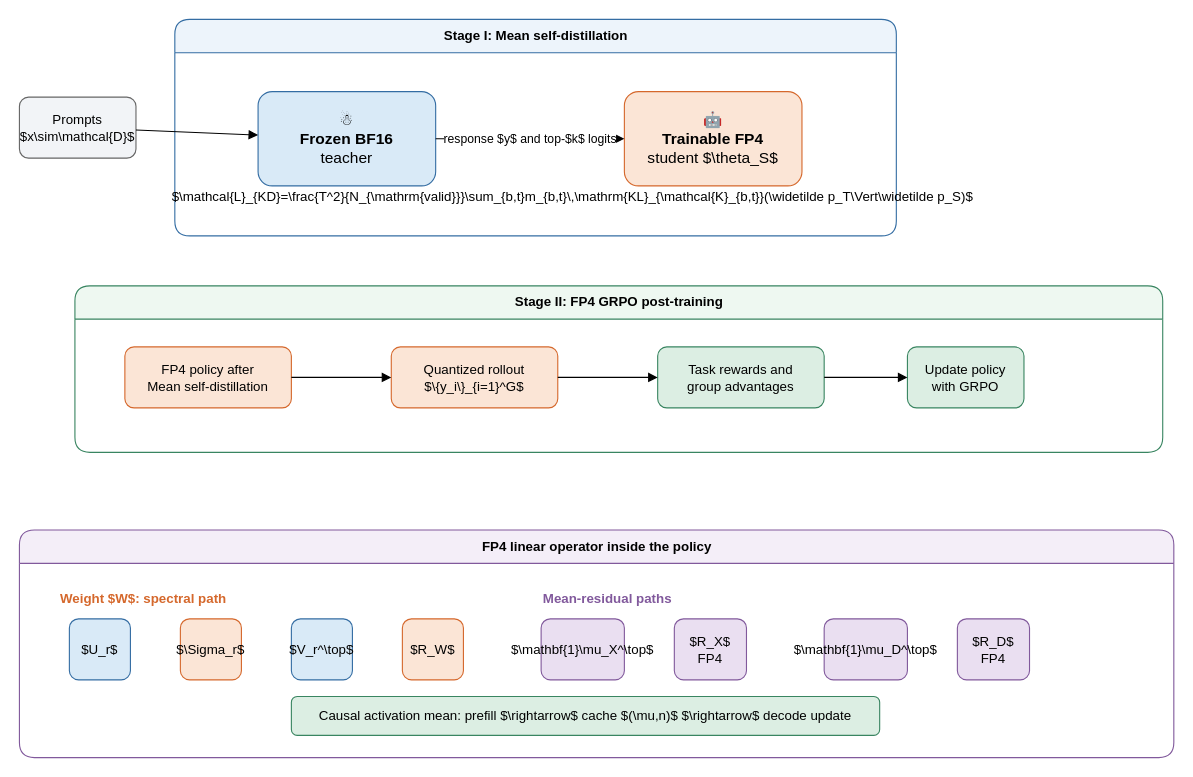
The draw.io diagram AuthorKit27/Figures/fp4_post_training_pipeline.drawio in decisivemoments/fp4-post, before the edit. Source tidied: cells renumbered, new cells numbered last; positions are measured from the earlier drawing's top-left corner, leaving out a move shared by most shapes. Both pictures are drawn from the tidied source at 111%, with x=0, y=0 at pixel (19, 19).
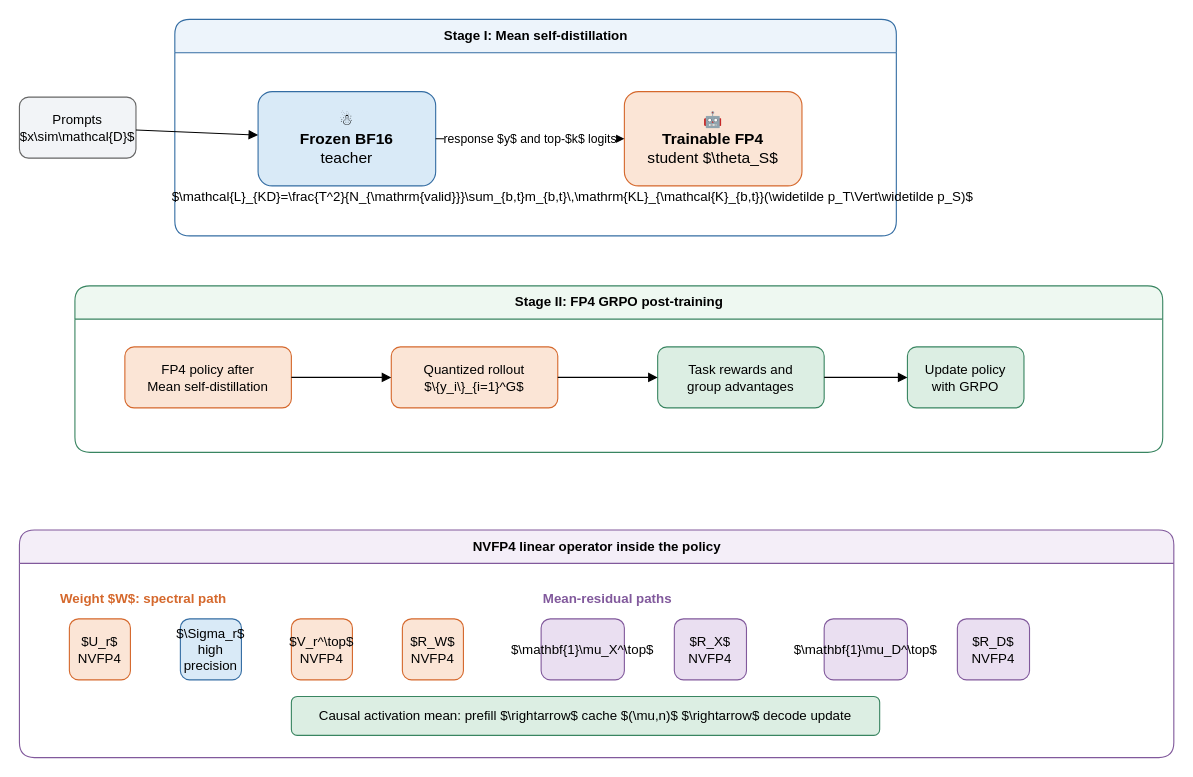
Above is the later version.

Commit message (it also covers changes not shown here):
docs: refine NVFP4 manuscript and diagnostics

The edit, as a diff of the source:
```diff
@@
-    <mxCell id="12" value="FP4 linear operator inside the policy" style="swimlane;rounded=1;html=1;fillColor=#f4eef8;strokeColor=#81599c;fontStyle=1;horizontal=1;startSize=30;" parent="1" vertex="1">
+    <mxCell id="12" value="NVFP4 linear operator inside the policy" style="swimlane;rounded=1;html=1;fillColor=#f4eef8;strokeColor=#81599c;fontStyle=1;horizontal=1;startSize=30;" parent="1" vertex="1">
       <mxGeometry y="460" width="1040" height="205" as="geometry" />
     </mxCell>
@@
-    <mxCell id="14" value="$U_r$" style="rounded=1;whiteSpace=wrap;html=1;fillColor=#d9eaf7;strokeColor=#346da3;" parent="12" vertex="1">
+    <mxCell id="14" value="$U_r$&lt;br&gt;NVFP4" style="rounded=1;whiteSpace=wrap;html=1;fillColor=#fbe5d6;strokeColor=#d5682c;" parent="12" vertex="1">
       <mxGeometry x="45" y="80" width="55" height="55" as="geometry" />
     </mxCell>
-    <mxCell id="15" value="$\Sigma_r$" style="rounded=1;whiteSpace=wrap;html=1;fillColor=#fbe5d6;strokeColor=#d5682c;" parent="12" vertex="1">
+    <mxCell id="15" value="$\Sigma_r$&lt;br&gt;high precision" style="rounded=1;whiteSpace=wrap;html=1;fillColor=#d9eaf7;strokeColor=#346da3;" parent="12" vertex="1">
       <mxGeometry x="145" y="80" width="55" height="55" as="geometry" />
     </mxCell>
-    <mxCell id="16" value="$V_r^\top$" style="rounded=1;whiteSpace=wrap;html=1;fillColor=#d9eaf7;strokeColor=#346da3;" parent="12" vertex="1">
+    <mxCell id="16" value="$V_r^\top$&lt;br&gt;NVFP4" style="rounded=1;whiteSpace=wrap;html=1;fillColor=#fbe5d6;strokeColor=#d5682c;" parent="12" vertex="1">
       <mxGeometry x="245" y="80" width="55" height="55" as="geometry" />
     </mxCell>
-    <mxCell id="17" value="$R_W$" style="rounded=1;whiteSpace=wrap;html=1;fillColor=#fbe5d6;strokeColor=#d5682c;" parent="12" vertex="1">
+    <mxCell id="17" value="$R_W$&lt;br&gt;NVFP4" style="rounded=1;whiteSpace=wrap;html=1;fillColor=#fbe5d6;strokeColor=#d5682c;" parent="12" vertex="1">
       <mxGeometry x="345" y="80" width="55" height="55" as="geometry" />
     </mxCell>
@@
-    <mxCell id="20" value="$R_X$&lt;br&gt;FP4" style="rounded=1;whiteSpace=wrap;html=1;fillColor=#eadff1;strokeColor=#81599c;" parent="12" vertex="1">
+    <mxCell id="20" value="$R_X$&lt;br&gt;NVFP4" style="rounded=1;whiteSpace=wrap;html=1;fillColor=#eadff1;strokeColor=#81599c;" parent="12" vertex="1">
       <mxGeometry x="590" y="80" width="65" height="55" as="geometry" />
     </mxCell>
@@
-    <mxCell id="22" value="$R_D$&lt;br&gt;FP4" style="rounded=1;whiteSpace=wrap;html=1;fillColor=#eadff1;strokeColor=#81599c;" parent="12" vertex="1">
+    <mxCell id="22" value="$R_D$&lt;br&gt;NVFP4" style="rounded=1;whiteSpace=wrap;html=1;fillColor=#eadff1;strokeColor=#81599c;" parent="12" vertex="1">
       <mxGeometry x="845" y="80" width="65" height="55" as="geometry" />
     </mxCell>
```
